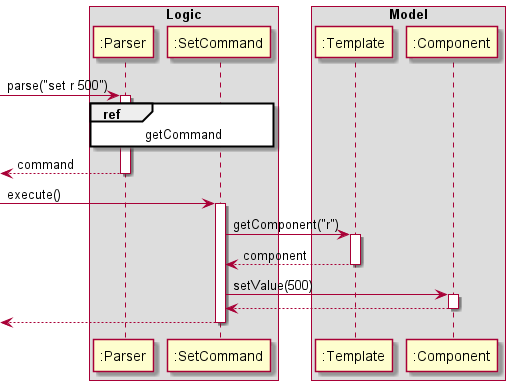
Earlier version of the PlantUML export docs/diagrams/SetSequenceDiagram.png (sevenseasofbri/tp).
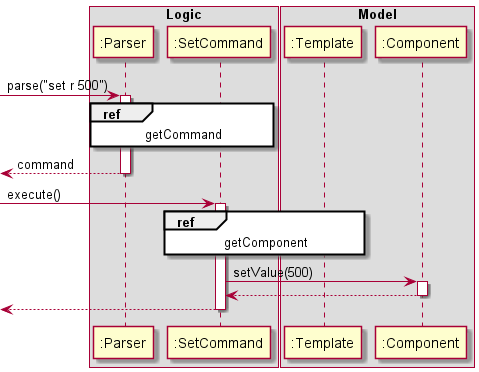
Later version of the same file.

The edit, as a diff of the source:
```diff
@@ -23,11 +23,7 @@
 [-> SetCommand : execute()
 activate SetCommand
 
-SetCommand -> Template : getComponent("r")
-activate Template
-
-Template --> SetCommand : component
-deactivate Template
+ref over SetCommand, Template : getComponent
 
 SetCommand -> Component : setValue(500)
 activate Component
```
